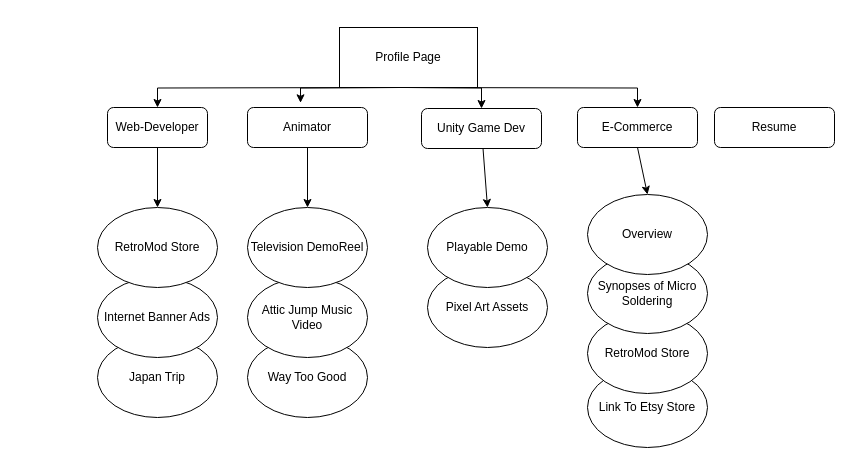
Earlier version of the draw.io diagram Untitled Diagram.drawio (rafalaidlaw/flowcharts). Source tidied: cells renumbered, new cells numbered last; positions are measured from the earlier drawing's top-left corner, leaving out a move shared by most shapes. Both pictures are drawn from the tidied source at 100%, with x=0, y=0 at pixel (97, 27).
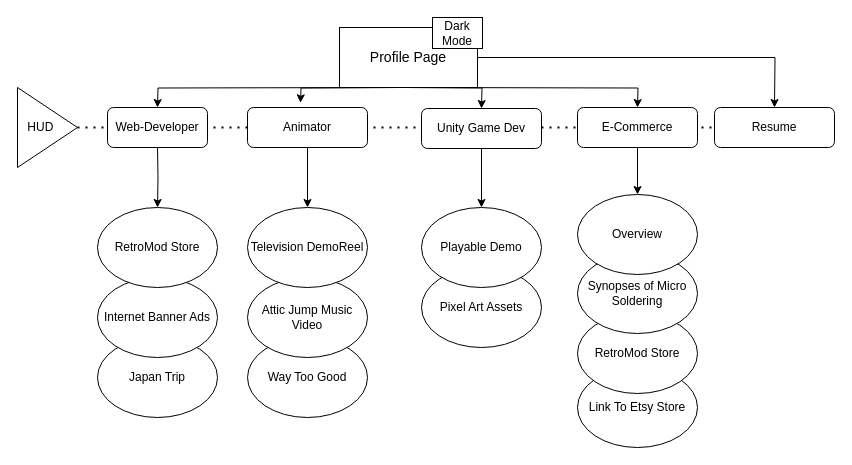
Above is the later version.

Unchanged cells that the change refers to:
```xml
<mxCell id="15" value="RetroMod Store" style="ellipse;whiteSpace=wrap;html=1;" parent="1" vertex="1">
  <mxGeometry y="180" width="120" height="80" as="geometry" />
</mxCell>
<mxCell id="18" value="Television DemoReel" style="ellipse;whiteSpace=wrap;html=1;" parent="1" vertex="1">
  <mxGeometry x="150" y="180" width="120" height="80" as="geometry" />
</mxCell>
```

What changed in the source:
```diff
@@
+    <mxCell id="29" style="edgeStyle=orthogonalEdgeStyle;rounded=0;jettySize=auto;html=1;entryX=0.5;entryY=0;entryDx=0;entryDy=0;" parent="1" edge="1" source="2">
+      <mxGeometry relative="1" as="geometry">
+        <mxPoint x="677" y="80" as="targetPoint" />
+      </mxGeometry>
+    </mxCell>
-    <mxCell id="2" value="Profile Page" style="rounded=0;whiteSpace=wrap;html=1;" parent="1" vertex="1">
+    <mxCell id="2" value="&lt;font style=&quot;font-size: 14px;&quot;&gt;Profile Page&lt;/font&gt;" style="rounded=0;whiteSpace=wrap;html=1;" parent="1" vertex="1">
       <mxGeometry x="242" width="138" height="60" as="geometry" />
     </mxCell>
-    <mxCell id="3" style="endArrow=classic;html=1;rounded=0;entryX=0.442;entryY=-0.117;entryDx=0;entryDy=0;entryPerimeter=0;edgeStyle=orthogonalEdgeStyle;" parent="1" edge="1" target="7">
+    <mxCell id="3" style="endArrow=classic;html=1;rounded=0;entryX=0.442;entryY=-0.117;entryDx=0;entryDy=0;entryPerimeter=0;edgeStyle=orthogonalEdgeStyle;" parent="1" edge="1">
       <mxGeometry relative="1" as="geometry">
         <mxPoint x="302" y="60" as="sourcePoint" />
+        <mxPoint x="203" y="75.3" as="targetPoint" />
       </mxGeometry>
     </mxCell>
-    <mxCell id="4" style="endArrow=classic;html=1;rounded=0;edgeStyle=orthogonalEdgeStyle;entryX=0.5;entryY=0;entryDx=0;entryDy=0;" parent="1" edge="1" target="6">
+    <mxCell id="4" style="endArrow=classic;html=1;rounded=0;edgeStyle=orthogonalEdgeStyle;entryX=0.5;entryY=0;entryDx=0;entryDy=0;" parent="1" edge="1">
       <mxGeometry relative="1" as="geometry">
         <mxPoint x="302" y="60" as="sourcePoint" />
+        <mxPoint x="60" y="80" as="targetPoint" />
       </mxGeometry>
     </mxCell>
-    <mxCell id="5" style="edgeStyle=orthogonalEdgeStyle;rounded=0;jettySize=auto;html=1;exitX=0.5;exitY=1;exitDx=0;exitDy=0;entryX=0.5;entryY=0;entryDx=0;entryDy=0;" parent="1" edge="1" source="6" target="15">
-      <mxGeometry relative="1" as="geometry" />
+    <mxCell id="5" style="edgeStyle=orthogonalEdgeStyle;rounded=0;jettySize=auto;html=1;exitX=0.5;exitY=1;exitDx=0;exitDy=0;entryX=0.5;entryY=0;entryDx=0;entryDy=0;" parent="1" edge="1" target="15">
+      <mxGeometry relative="1" as="geometry">
+        <mxPoint x="60" y="120" as="sourcePoint" />
+      </mxGeometry>
     </mxCell>
-    <mxCell id="6" value="Web-Developer" style="rounded=1;whiteSpace=wrap;html=1;" parent="1" vertex="1">
-      <mxGeometry x="10" y="80" width="100" height="40" as="geometry" />
-    </mxCell>
-    <mxCell id="7" value="Animator" style="rounded=1;whiteSpace=wrap;html=1;" parent="1" vertex="1">
-      <mxGeometry x="150" y="80" width="120" height="40" as="geometry" />
-    </mxCell>
-    <mxCell id="8" style="endArrow=classic;html=1;rounded=0;entryX=0.5;entryY=0;entryDx=0;entryDy=0;edgeStyle=orthogonalEdgeStyle;" parent="1" edge="1" target="9">
+    <mxCell id="8" style="endArrow=classic;html=1;rounded=0;entryX=0.5;entryY=0;entryDx=0;entryDy=0;edgeStyle=orthogonalEdgeStyle;" parent="1" edge="1">
       <mxGeometry relative="1" as="geometry">
         <mxPoint x="301.5" y="60" as="sourcePoint" />
+        <mxPoint x="540" y="80" as="targetPoint" />
       </mxGeometry>
     </mxCell>
-    <mxCell id="9" value="E-Commerce" style="rounded=1;whiteSpace=wrap;html=1;" parent="1" vertex="1">
-      <mxGeometry x="480" y="80" width="120" height="40" as="geometry" />
-    </mxCell>
-    <mxCell id="10" value="Unity Game Dev" style="rounded=1;whiteSpace=wrap;html=1;" parent="1" vertex="1">
-      <mxGeometry x="324" y="81" width="120" height="40" as="geometry" />
-    </mxCell>
@@
-    <mxCell id="12" style="endArrow=classic;html=1;rounded=0;entryX=0.5;entryY=0;entryDx=0;entryDy=0;edgeStyle=orthogonalEdgeStyle;" parent="1" edge="1" target="10">
+    <mxCell id="12" style="endArrow=classic;html=1;rounded=0;entryX=0.5;entryY=0;entryDx=0;entryDy=0;edgeStyle=orthogonalEdgeStyle;" parent="1" edge="1">
       <mxGeometry relative="1" as="geometry">
         <mxPoint x="310" y="60" as="sourcePoint" />
+        <mxPoint x="384" y="81" as="targetPoint" />
       </mxGeometry>
     </mxCell>
@@
     <mxCell id="19" value="Pixel Art Assets" style="ellipse;whiteSpace=wrap;html=1;" parent="1" vertex="1">
-      <mxGeometry x="330" y="240" width="120" height="80" as="geometry" />
+      <mxGeometry x="324" y="240" width="120" height="80" as="geometry" />
     </mxCell>
     <mxCell id="20" value="Playable Demo" style="ellipse;whiteSpace=wrap;html=1;" parent="1" vertex="1">
-      <mxGeometry x="330" y="180" width="120" height="80" as="geometry" />
+      <mxGeometry x="324" y="180" width="120" height="80" as="geometry" />
     </mxCell>
-    <mxCell id="21" value="Resume" style="rounded=1;whiteSpace=wrap;html=1;" parent="1" vertex="1">
-      <mxGeometry x="617" y="80" width="120" height="40" as="geometry" />
-    </mxCell>
-    <mxCell id="22" style="endArrow=classic;html=1;rounded=0;exitX=0.5;exitY=1;exitDx=0;exitDy=0;entryX=0.5;entryY=0;entryDx=0;entryDy=0;" parent="1" edge="1" source="7" target="18">
-      <mxGeometry relative="1" as="geometry" />
+    <mxCell id="22" style="endArrow=classic;html=1;rounded=0;exitX=0.5;exitY=1;exitDx=0;exitDy=0;entryX=0.5;entryY=0;entryDx=0;entryDy=0;" parent="1" edge="1" target="18">
+      <mxGeometry relative="1" as="geometry">
+        <mxPoint x="210" y="120" as="sourcePoint" />
+      </mxGeometry>
     </mxCell>
     <mxCell id="23" value="Link To Etsy Store" style="ellipse;whiteSpace=wrap;html=1;" parent="1" vertex="1">
-      <mxGeometry x="490" y="340" width="120" height="80" as="geometry" />
+      <mxGeometry x="480" y="340" width="120" height="80" as="geometry" />
     </mxCell>
     <mxCell id="24" value="RetroMod Store" style="ellipse;whiteSpace=wrap;html=1;" parent="1" vertex="1">
-      <mxGeometry x="490" y="286" width="120" height="80" as="geometry" />
+      <mxGeometry x="480" y="286" width="120" height="80" as="geometry" />
     </mxCell>
     <mxCell id="25" value="Synopses of Micro&lt;div&gt;Soldering&lt;/div&gt;" style="ellipse;whiteSpace=wrap;html=1;" parent="1" vertex="1">
-      <mxGeometry x="490" y="226" width="120" height="80" as="geometry" />
+      <mxGeometry x="480" y="226" width="120" height="80" as="geometry" />
     </mxCell>
     <mxCell id="26" value="Overview" style="ellipse;whiteSpace=wrap;html=1;" parent="1" vertex="1">
-      <mxGeometry x="490" y="167" width="120" height="80" as="geometry" />
+      <mxGeometry x="480" y="167" width="120" height="80" as="geometry" />
     </mxCell>
-    <mxCell id="27" style="endArrow=classic;html=1;rounded=0;entryX=0.5;entryY=0;entryDx=0;entryDy=0;" parent="1" edge="1" source="10" target="20">
-      <mxGeometry relative="1" as="geometry" />
+    <mxCell id="27" style="endArrow=classic;html=1;rounded=0;entryX=0.5;entryY=0;entryDx=0;entryDy=0;" parent="1" edge="1" target="20">
+      <mxGeometry relative="1" as="geometry">
+        <mxPoint x="384" y="121" as="sourcePoint" />
+      </mxGeometry>
     </mxCell>
-    <mxCell id="28" style="endArrow=classic;html=1;rounded=0;exitX=0.5;exitY=1;exitDx=0;exitDy=0;entryX=0.5;entryY=0;entryDx=0;entryDy=0;" parent="1" edge="1" source="9" target="26">
-      <mxGeometry relative="1" as="geometry" />
+    <mxCell id="28" style="endArrow=classic;html=1;rounded=0;exitX=0.5;exitY=1;exitDx=0;exitDy=0;entryX=0.5;entryY=0;entryDx=0;entryDy=0;" parent="1" edge="1" target="26">
+      <mxGeometry relative="1" as="geometry">
+        <mxPoint x="540" y="120" as="sourcePoint" />
+      </mxGeometry>
     </mxCell>
+    <mxCell id="30" value="HUD&amp;nbsp; &amp;nbsp;&amp;nbsp;" style="triangle;whiteSpace=wrap;html=1;" parent="1" vertex="1">
+      <mxGeometry x="-80" y="60" width="60" height="80" as="geometry" />
+    </mxCell>
+    <mxCell id="31" value="Dark&lt;div&gt;Mode&lt;/div&gt;" style="rounded=0;whiteSpace=wrap;html=1;" parent="1" vertex="1">
+      <mxGeometry x="335" y="-10" width="50" height="31" as="geometry" />
+    </mxCell>
+    <mxCell id="32" style="endArrow=none;dashed=1;html=1;dashPattern=1 3;strokeWidth=2;rounded=0;exitX=1;exitY=0.5;exitDx=0;exitDy=0;entryX=0;entryY=0.5;entryDx=0;entryDy=0;" parent="1" edge="1" source="30">
+      <mxGeometry relative="1" as="geometry">
+        <mxPoint x="617" y="100" as="targetPoint" />
+      </mxGeometry>
+    </mxCell>
+    <mxCell id="6" value="Web-Developer" style="rounded=1;whiteSpace=wrap;html=1;" parent="1" vertex="1">
+      <mxGeometry x="10" y="80" width="100" height="40" as="geometry" />
+    </mxCell>
+    <mxCell id="7" value="Animator" style="rounded=1;whiteSpace=wrap;html=1;" parent="1" vertex="1">
+      <mxGeometry x="150" y="80" width="120" height="40" as="geometry" />
+    </mxCell>
+    <mxCell id="9" value="E-Commerce" style="rounded=1;whiteSpace=wrap;html=1;" parent="1" vertex="1">
+      <mxGeometry x="480" y="80" width="120" height="40" as="geometry" />
+    </mxCell>
+    <mxCell id="10" value="Unity Game Dev" style="rounded=1;whiteSpace=wrap;html=1;" parent="1" vertex="1">
+      <mxGeometry x="324" y="81" width="120" height="40" as="geometry" />
+    </mxCell>
+    <mxCell id="21" value="Resume" style="rounded=1;whiteSpace=wrap;html=1;" parent="1" vertex="1">
+      <mxGeometry x="617" y="80" width="120" height="40" as="geometry" />
+    </mxCell>
```
